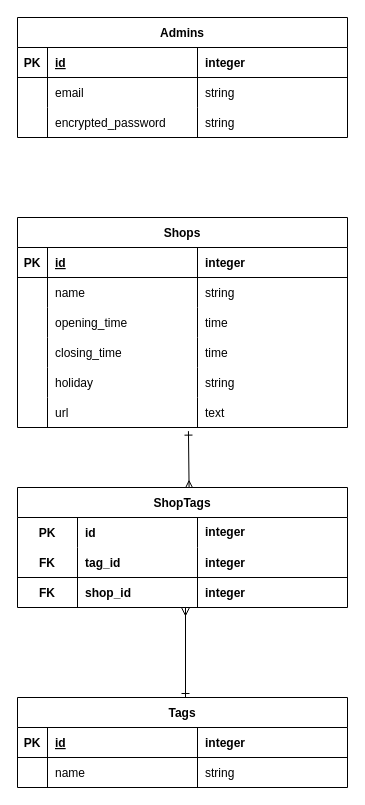
Above: ER_zu_2.dio in harumakimaki48/portfolio (draw.io), before the change. Source tidied: cells renumbered, new cells numbered last; positions are measured from the earlier drawing's top-left corner, leaving out a move shared by most shapes. Both pictures are drawn from the tidied source at 100%, with x=0, y=0 at pixel (17, 17).
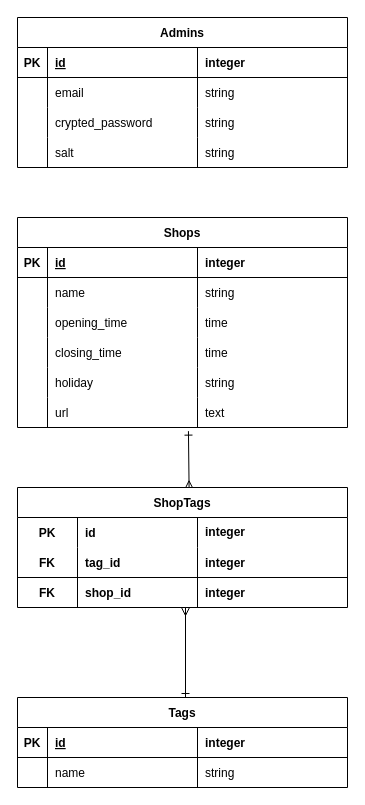
The same diagram, later.

Unchanged cells that the change refers to:
```xml
<mxCell id="11" style="shape=tableRow;horizontal=0;startSize=0;swimlaneHead=0;swimlaneBody=0;fillColor=none;top=0;left=0;right=0;bottom=0;" parent="2" vertex="1">
  <mxGeometry y="90" width="330" height="30" as="geometry" />
</mxCell>
```

What changed in the source:
```diff
@@
     <mxCell id="2" value="Admins" style="shape=table;startSize=30;childLayout=tableLayout;rowLines=0;fontStyle=1;align=center;" parent="1" vertex="1">
-      <mxGeometry width="330" height="120" as="geometry" />
+      <mxGeometry width="330" height="150" as="geometry" />
     </mxCell>
@@
-    <mxCell id="13" value="encrypted_password" style="shape=partialRectangle;fillColor=none;top=0;left=0;bottom=0;right=0;align=left;spacingLeft=6;overflow=hidden;" parent="11" vertex="1">
+    <mxCell id="13" value="crypted_password" style="shape=partialRectangle;fillColor=none;top=0;left=0;bottom=0;right=0;align=left;spacingLeft=6;overflow=hidden;" parent="11" vertex="1">
       <mxGeometry x="30" width="150" height="30" as="geometry" />
     </mxCell>
@@
+    <mxCell id="64" style="shape=tableRow;horizontal=0;startSize=0;swimlaneHead=0;swimlaneBody=0;fillColor=none;top=0;left=0;right=0;bottom=0;" parent="2" vertex="1">
+      <mxGeometry y="120" width="330" height="30" as="geometry" />
+    </mxCell>
+    <mxCell id="65" style="shape=partialRectangle;fillColor=none;top=0;left=0;bottom=0;right=0;overflow=hidden;" parent="64" vertex="1">
+      <mxGeometry width="30" height="30" as="geometry" />
+    </mxCell>
+    <mxCell id="66" value="salt" style="shape=partialRectangle;fillColor=none;top=0;left=0;bottom=0;right=0;align=left;spacingLeft=6;overflow=hidden;" parent="64" vertex="1">
+      <mxGeometry x="30" width="150" height="30" as="geometry" />
+    </mxCell>
+    <mxCell id="67" value="string" style="shape=partialRectangle;fillColor=none;top=0;left=0;bottom=0;right=0;align=left;spacingLeft=6;overflow=hidden;" parent="64" vertex="1">
+      <mxGeometry x="180" width="150" height="30" as="geometry" />
+    </mxCell>
```
